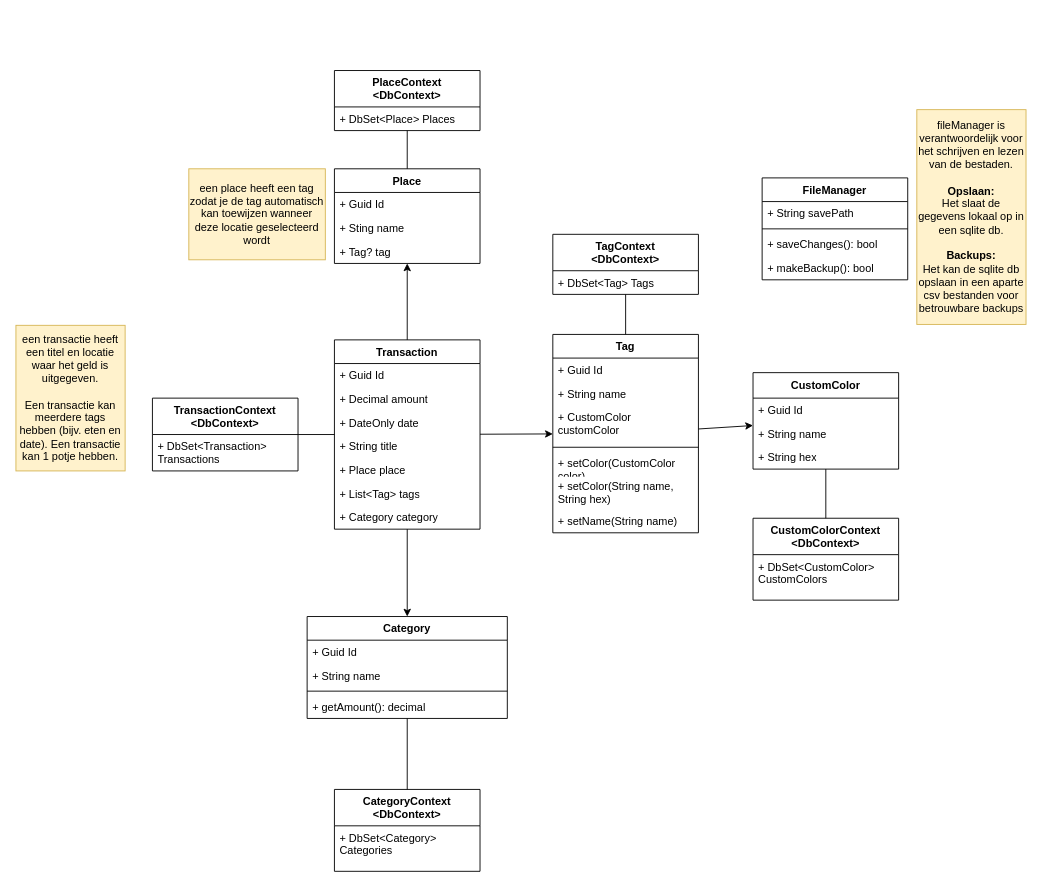
Before: class-diagram.drawio in RubenZwinkels/ROOS, a draw.io diagram. Source tidied: cells renumbered, new cells numbered last; positions are measured from the earlier drawing's top-left corner, leaving out a move shared by most shapes. Both pictures are drawn from the tidied source at 91%, with x=0, y=0 at pixel (15, 70).
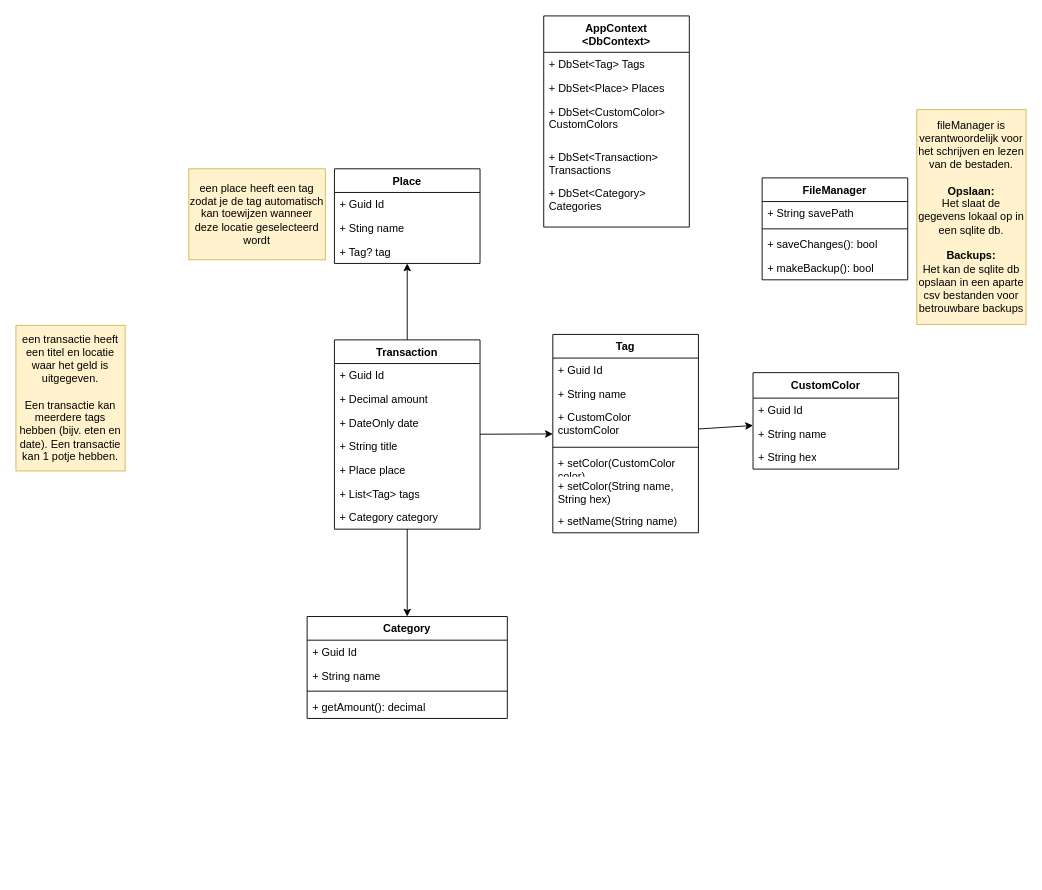
Above is the later version.

Commit message (it also covers changes not shown here):
#10 [ref] appcontext ipv losse

The change refers to these unchanged cells:
```xml
<mxCell id="2" value="Category" style="swimlane;fontStyle=1;align=center;verticalAlign=top;horizontal=1;startSize=26;whiteSpace=wrap;html=1;" parent="1" vertex="1">
  <mxGeometry x="320" y="600" width="220" height="112" as="geometry" />
</mxCell>
<mxCell id="7" value="Transaction" style="swimlane;fontStyle=1;align=center;verticalAlign=top;horizontal=1;startSize=26;whiteSpace=wrap;html=1;" parent="1" vertex="1">
  <mxGeometry x="350" y="296" width="160" height="208" as="geometry" />
</mxCell>
<mxCell id="15" value="Tag" style="swimlane;fontStyle=1;align=center;verticalAlign=top;horizontal=1;startSize=26;whiteSpace=wrap;html=1;" parent="1" vertex="1">
  <mxGeometry x="590" y="290" width="160" height="218" as="geometry" />
</mxCell>
<mxCell id="24" value="&lt;span style=&quot;background-color: transparent; color: light-dark(rgb(0, 0, 0), rgb(255, 255, 255));&quot;&gt;CustomColor&lt;/span&gt;" style="swimlane;fontStyle=1;align=center;verticalAlign=top;horizontal=1;startSize=28;whiteSpace=wrap;html=1;" parent="1" vertex="1">
  <mxGeometry x="810" y="332" width="160" height="106" as="geometry" />
</mxCell>
<mxCell id="30" value="Place" style="swimlane;fontStyle=1;align=center;verticalAlign=top;horizontal=1;startSize=26;whiteSpace=wrap;html=1;" parent="1" vertex="1">
  <mxGeometry x="350" y="108" width="160" height="104" as="geometry" />
</mxCell>
```

Change to the diagram source:
```diff
@@
-    <mxCell id="43" value="PlaceContext&lt;div&gt;&amp;lt;DbContext&amp;gt;&lt;/div&gt;" style="swimlane;fontStyle=1;align=center;verticalAlign=top;horizontal=1;startSize=40;whiteSpace=wrap;html=1;" parent="1" vertex="1">
-      <mxGeometry x="350" width="160" height="66" as="geometry" />
-    </mxCell>
+    <mxCell id="58" value="AppContext&lt;div&gt;&amp;lt;DbContext&amp;gt;&lt;/div&gt;" style="swimlane;fontStyle=1;align=center;verticalAlign=top;horizontal=1;startSize=40;whiteSpace=wrap;html=1;" parent="1" vertex="1">
+      <mxGeometry x="580" y="-60" width="160" height="232" as="geometry" />
+    </mxCell>
+    <mxCell id="48" value="+ DbSet&amp;lt;Tag&amp;gt; Tags&amp;nbsp;" style="text;strokeColor=none;fillColor=none;align=left;verticalAlign=top;spacingLeft=4;spacingRight=4;overflow=hidden;whiteSpace=wrap;html=1;" parent="58" vertex="1">
+      <mxGeometry y="40" width="160" height="26" as="geometry" />
+    </mxCell>
-    <mxCell id="44" value="+ DbSet&amp;lt;Place&amp;gt; Places" style="text;strokeColor=none;fillColor=none;align=left;verticalAlign=top;spacingLeft=4;spacingRight=4;overflow=hidden;whiteSpace=wrap;html=1;" parent="43" vertex="1">
-      <mxGeometry y="40" width="160" height="26" as="geometry" />
+    <mxCell id="44" value="+ DbSet&amp;lt;Place&amp;gt; Places" style="text;strokeColor=none;fillColor=none;align=left;verticalAlign=top;spacingLeft=4;spacingRight=4;overflow=hidden;whiteSpace=wrap;html=1;" parent="58" vertex="1">
+      <mxGeometry y="66" width="160" height="26" as="geometry" />
     </mxCell>
-    <mxCell id="45" value="TransactionContext&lt;div&gt;&amp;lt;DbContext&amp;gt;&lt;/div&gt;" style="swimlane;fontStyle=1;align=center;verticalAlign=top;horizontal=1;startSize=40;whiteSpace=wrap;html=1;" parent="1" vertex="1">
-      <mxGeometry x="150" y="360" width="160" height="80" as="geometry" />
-    </mxCell>
+    <mxCell id="50" value="+ DbSet&amp;lt;CustomColor&amp;gt; CustomColors&amp;nbsp;" style="text;strokeColor=none;fillColor=none;align=left;verticalAlign=top;spacingLeft=4;spacingRight=4;overflow=hidden;whiteSpace=wrap;html=1;" parent="58" vertex="1">
+      <mxGeometry y="92" width="160" height="50" as="geometry" />
+    </mxCell>
-    <mxCell id="46" value="+ DbSet&amp;lt;Transaction&amp;gt; Transactions&amp;nbsp;" style="text;strokeColor=none;fillColor=none;align=left;verticalAlign=top;spacingLeft=4;spacingRight=4;overflow=hidden;whiteSpace=wrap;html=1;" parent="45" vertex="1">
-      <mxGeometry y="40" width="160" height="40" as="geometry" />
+    <mxCell id="46" value="+ DbSet&amp;lt;Transaction&amp;gt; Transactions&amp;nbsp;" style="text;strokeColor=none;fillColor=none;align=left;verticalAlign=top;spacingLeft=4;spacingRight=4;overflow=hidden;whiteSpace=wrap;html=1;" parent="58" vertex="1">
+      <mxGeometry y="142" width="160" height="40" as="geometry" />
     </mxCell>
-    <mxCell id="47" value="TagContext&lt;div&gt;&amp;lt;DbContext&amp;gt;&lt;/div&gt;" style="swimlane;fontStyle=1;align=center;verticalAlign=top;horizontal=1;startSize=40;whiteSpace=wrap;html=1;" parent="1" vertex="1">
-      <mxGeometry x="590" y="180" width="160" height="66" as="geometry" />
-    </mxCell>
-    <mxCell id="48" value="+ DbSet&amp;lt;Tag&amp;gt; Tags&amp;nbsp;" style="text;strokeColor=none;fillColor=none;align=left;verticalAlign=top;spacingLeft=4;spacingRight=4;overflow=hidden;whiteSpace=wrap;html=1;" parent="47" vertex="1">
-      <mxGeometry y="40" width="160" height="26" as="geometry" />
-    </mxCell>
-    <mxCell id="49" value="&lt;div&gt;CustomColorContext&lt;/div&gt;&lt;div&gt;&amp;lt;DbContext&amp;gt;&lt;/div&gt;" style="swimlane;fontStyle=1;align=center;verticalAlign=top;horizontal=1;startSize=40;whiteSpace=wrap;html=1;" parent="1" vertex="1">
-      <mxGeometry x="810" y="492" width="160" height="90" as="geometry" />
-    </mxCell>
-    <mxCell id="50" value="+ DbSet&amp;lt;CustomColor&amp;gt; CustomColors&amp;nbsp;" style="text;strokeColor=none;fillColor=none;align=left;verticalAlign=top;spacingLeft=4;spacingRight=4;overflow=hidden;whiteSpace=wrap;html=1;" parent="49" vertex="1">
-      <mxGeometry y="40" width="160" height="50" as="geometry" />
-    </mxCell>
-    <mxCell id="51" style="endArrow=none;html=1;rounded=0;" parent="1" edge="1" source="49" target="24">
-      <mxGeometry relative="1" as="geometry" />
-    </mxCell>
-    <mxCell id="52" style="endArrow=none;html=1;rounded=0;" parent="1" edge="1" source="15" target="47">
-      <mxGeometry relative="1" as="geometry" />
-    </mxCell>
-    <mxCell id="53" value="CategoryContext&lt;div&gt;&amp;lt;DbContext&amp;gt;&lt;/div&gt;" style="swimlane;fontStyle=1;align=center;verticalAlign=top;horizontal=1;startSize=40;whiteSpace=wrap;html=1;" parent="1" vertex="1">
-      <mxGeometry x="350" y="790" width="160" height="90" as="geometry" />
-    </mxCell>
-    <mxCell id="54" value="+ DbSet&amp;lt;Category&amp;gt; Categories&amp;nbsp;" style="text;strokeColor=none;fillColor=none;align=left;verticalAlign=top;spacingLeft=4;spacingRight=4;overflow=hidden;whiteSpace=wrap;html=1;" parent="53" vertex="1">
-      <mxGeometry y="40" width="160" height="50" as="geometry" />
+    <mxCell id="54" value="+ DbSet&amp;lt;Category&amp;gt; Categories&amp;nbsp;" style="text;strokeColor=none;fillColor=none;align=left;verticalAlign=top;spacingLeft=4;spacingRight=4;overflow=hidden;whiteSpace=wrap;html=1;" parent="58" vertex="1">
+      <mxGeometry y="182" width="160" height="50" as="geometry" />
     </mxCell>
-    <mxCell id="55" style="endArrow=none;html=1;rounded=0;" parent="1" edge="1" source="53" target="2">
-      <mxGeometry relative="1" as="geometry" />
-    </mxCell>
-    <mxCell id="56" style="endArrow=none;html=1;rounded=0;" parent="1" edge="1" source="45" target="7">
-      <mxGeometry relative="1" as="geometry" />
-    </mxCell>
-    <mxCell id="57" style="endArrow=none;html=1;rounded=0;" parent="1" edge="1" source="30" target="43">
-      <mxGeometry relative="1" as="geometry" />
-    </mxCell>
```
